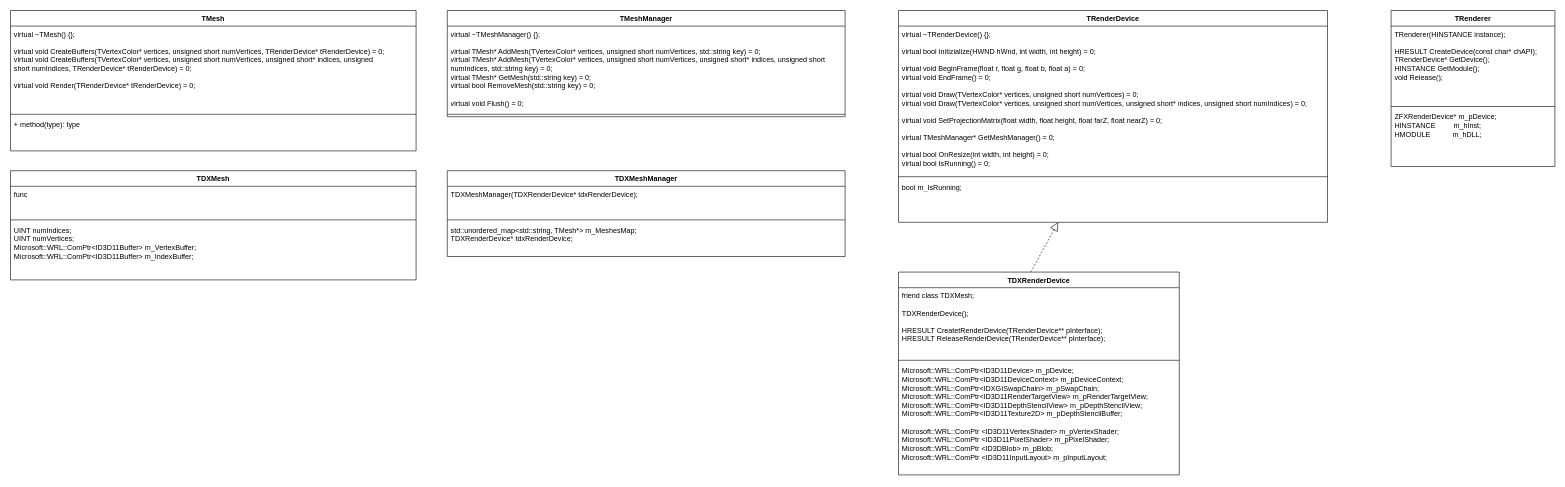
f1oating/TRender keeps this draw.io diagram as UML/TRenderer(MeshManager).drawio. Above is the earlier version. Source tidied: cells renumbered, new cells numbered last; positions are measured from the earlier drawing's top-left corner, leaving out a move shared by most shapes. Both pictures are drawn from the tidied source at 60%, with x=0, y=0 at pixel (10, 10).
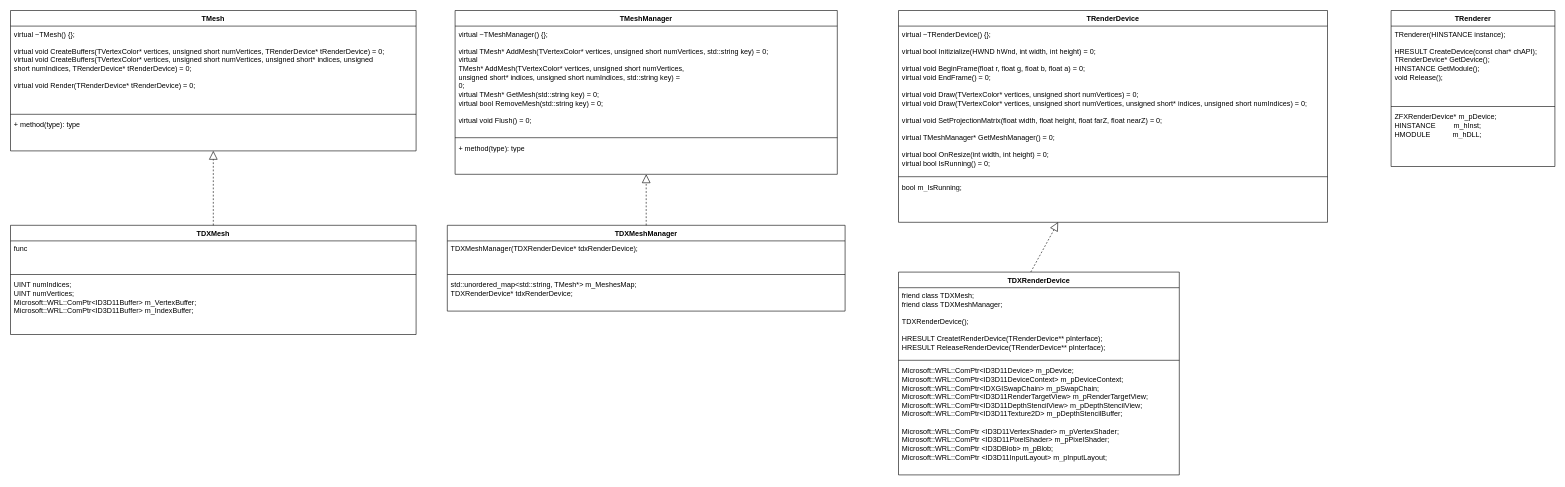
Above is the later version.

Unchanged cells that the change refers to:
```xml
<mxCell id="7" value="TDXRenderDevice" style="swimlane;fontStyle=1;align=center;verticalAlign=top;horizontal=1;startSize=26;whiteSpace=wrap;html=1;" parent="1" vertex="1">
  <mxGeometry x="1480" y="436" width="468" height="338" as="geometry" />
</mxCell>
<mxCell id="29" value="+ method(type): type" style="text;strokeColor=none;fillColor=none;align=left;verticalAlign=top;spacingLeft=4;spacingRight=4;overflow=hidden;points=[[0,0.5],[1,0.5]];portConstraint=eastwest;whiteSpace=wrap;html=1;" parent="26" vertex="1">
  <mxGeometry y="177" width="676" height="57" as="geometry" />
</mxCell>
```

Diff of the diagram source:
```diff
@@
-    <mxCell id="8" value="&lt;div&gt;friend class TDXMesh;&lt;br&gt;&lt;/div&gt;&lt;div&gt;&lt;br&gt;&lt;/div&gt;&lt;div&gt;TDXRenderDevice();&lt;br&gt;&lt;/div&gt;&lt;div&gt;&lt;br&gt;&lt;/div&gt;&lt;div&gt;HRESULT CreatetRenderDevice(TRenderDevice** pInterface);&amp;nbsp;&amp;nbsp;&amp;nbsp;&amp;nbsp;&lt;/div&gt;&lt;div&gt;HRESULT ReleaseRenderDevice(TRenderDevice** pInterface);&lt;br&gt;&lt;br&gt;&lt;/div&gt;" style="text;strokeColor=none;fillColor=none;align=left;verticalAlign=top;spacingLeft=4;spacingRight=4;overflow=hidden;whiteSpace=wrap;html=1;" parent="7" vertex="1">
+    <mxCell id="8" value="&lt;div&gt;friend class TDXMesh;&lt;/div&gt;&lt;div&gt;friend class TDXMeshManager;&lt;br&gt;&lt;/div&gt;&lt;div&gt;&lt;br&gt;&lt;/div&gt;&lt;div&gt;TDXRenderDevice();&lt;br&gt;&lt;/div&gt;&lt;div&gt;&lt;br&gt;&lt;/div&gt;&lt;div&gt;HRESULT CreatetRenderDevice(TRenderDevice** pInterface);&amp;nbsp;&amp;nbsp;&amp;nbsp;&amp;nbsp;&lt;/div&gt;&lt;div&gt;HRESULT ReleaseRenderDevice(TRenderDevice** pInterface);&lt;br&gt;&lt;br&gt;&lt;/div&gt;" style="text;strokeColor=none;fillColor=none;align=left;verticalAlign=top;spacingLeft=4;spacingRight=4;overflow=hidden;whiteSpace=wrap;html=1;" parent="7" vertex="1">
       <mxGeometry y="26" width="468" height="117" as="geometry" />
     </mxCell>
@@
-    <mxCell id="15" value="TMeshManager" style="swimlane;fontStyle=1;align=center;verticalAlign=top;horizontal=1;startSize=26;whiteSpace=wrap;html=1;" parent="1" vertex="1">
-      <mxGeometry x="728" width="663" height="177" as="geometry" />
-    </mxCell>
-    <mxCell id="16" value="&lt;div&gt;virtual ~TMeshManager() {};&lt;br&gt;&lt;/div&gt;&lt;div&gt;&lt;br&gt;&lt;/div&gt;&lt;div&gt;&lt;div&gt;virtual TMesh* AddMesh(TVertexColor* vertices, unsigned short numVertices, std::string key) = 0;&lt;/div&gt;&lt;/div&gt;&lt;div&gt;virtual TMesh* AddMesh(TVertexColor* vertices, unsigned short numVertices, unsigned short* indices, unsigned short numIndices, std::string key) = 0;&lt;/div&gt;&lt;div&gt;virtual TMesh* GetMesh(std::string key) = 0;&lt;/div&gt;&lt;div&gt;virtual bool RemoveMesh(std::string key) = 0;&lt;/div&gt;&lt;div&gt;&lt;br&gt;&lt;/div&gt;&lt;div&gt;virtual void Flush() = 0;&lt;br&gt;&lt;/div&gt;" style="text;strokeColor=none;fillColor=none;align=left;verticalAlign=top;spacingLeft=4;spacingRight=4;overflow=hidden;whiteSpace=wrap;html=1;" parent="15" vertex="1">
-      <mxGeometry y="26" width="663" height="143" as="geometry" />
-    </mxCell>
-    <mxCell id="17" style="line;strokeWidth=1;fillColor=none;align=left;verticalAlign=middle;spacingTop=-1;spacingLeft=3;spacingRight=3;labelPosition=right;strokeColor=inherit;" parent="15" vertex="1">
-      <mxGeometry y="169" width="663" height="8" as="geometry" />
-    </mxCell>
     <mxCell id="18" value="TDXMesh" style="swimlane;fontStyle=1;align=center;verticalAlign=top;horizontal=1;startSize=26;whiteSpace=wrap;html=1;" parent="1" vertex="1">
-      <mxGeometry y="267" width="676" height="182" as="geometry" />
+      <mxGeometry y="358" width="676" height="182" as="geometry" />
     </mxCell>
@@
     <mxCell id="22" value="TDXMeshManager" style="swimlane;fontStyle=1;align=center;verticalAlign=top;horizontal=1;startSize=26;whiteSpace=wrap;html=1;" parent="1" vertex="1">
-      <mxGeometry x="728" y="267" width="663" height="143" as="geometry" />
+      <mxGeometry x="728" y="358" width="663" height="143" as="geometry" />
     </mxCell>
@@
+    <mxCell id="15" value="TMeshManager" style="swimlane;fontStyle=1;align=center;verticalAlign=top;horizontal=1;startSize=26;whiteSpace=wrap;html=1;" parent="1" vertex="1">
+      <mxGeometry x="741" width="637" height="273" as="geometry" />
+    </mxCell>
+    <mxCell id="16" value="&lt;div&gt;virtual ~TMeshManager() {};&lt;br&gt;&lt;/div&gt;&lt;div&gt;&lt;br&gt;&lt;/div&gt;&lt;div&gt;&lt;div&gt;virtual TMesh* AddMesh(TVertexColor* vertices, unsigned short numVertices, std::string key) = 0;&lt;/div&gt;&lt;/div&gt;&lt;div&gt;virtual&lt;br/&gt; TMesh* AddMesh(TVertexColor* vertices, unsigned short numVertices, &lt;br/&gt;unsigned short* indices, unsigned short numIndices, std::string key) = &lt;br/&gt;0;&lt;/div&gt;&lt;div&gt;virtual TMesh* GetMesh(std::string key) = 0;&lt;/div&gt;&lt;div&gt;virtual bool RemoveMesh(std::string key) = 0;&lt;/div&gt;&lt;div&gt;&lt;br&gt;&lt;/div&gt;&lt;div&gt;virtual void Flush() = 0;&lt;br&gt;&lt;/div&gt;" style="text;strokeColor=none;fillColor=none;align=left;verticalAlign=top;spacingLeft=4;spacingRight=4;overflow=hidden;whiteSpace=wrap;html=1;" parent="15" vertex="1">
+      <mxGeometry y="26" width="637" height="182" as="geometry" />
+    </mxCell>
+    <mxCell id="30" style="line;strokeWidth=1;fillColor=none;align=left;verticalAlign=middle;spacingTop=-1;spacingLeft=3;spacingRight=3;labelPosition=right;strokeColor=inherit;" parent="15" vertex="1">
+      <mxGeometry y="208" width="637" height="8" as="geometry" />
+    </mxCell>
+    <mxCell id="31" value="+ method(type): type" style="text;strokeColor=none;fillColor=none;align=left;verticalAlign=top;spacingLeft=4;spacingRight=4;overflow=hidden;whiteSpace=wrap;html=1;" parent="15" vertex="1">
+      <mxGeometry y="216" width="637" height="57" as="geometry" />
+    </mxCell>
+    <mxCell id="32" style="endArrow=block;dashed=1;endFill=0;endSize=12;html=1;rounded=0;exitX=0.5;exitY=0;exitDx=0;exitDy=0;" parent="1" edge="1" source="18" target="29">
+      <mxGeometry relative="1" as="geometry" />
+    </mxCell>
+    <mxCell id="33" style="endArrow=block;dashed=1;endFill=0;endSize=12;html=1;rounded=0;exitX=0.5;exitY=0;exitDx=0;exitDy=0;entryX=0.5;entryY=1;entryDx=0;entryDy=0;" parent="1" edge="1" source="22" target="15">
+      <mxGeometry relative="1" as="geometry" />
+    </mxCell>
```
